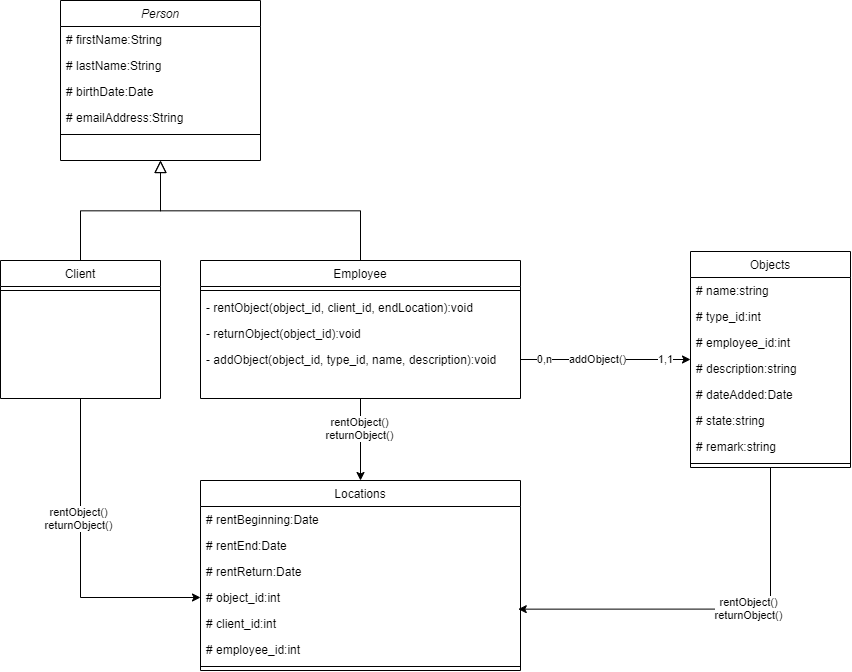
Above: fichiersModifiables/Diagrammes/LocationMat_Class.png in AhVen98/gestionStocks_preTPI (draw.io), before the change. Source tidied: cells renumbered, new cells last; positions are measured from the earlier drawing's top-left corner, leaving out a move shared by most shapes.
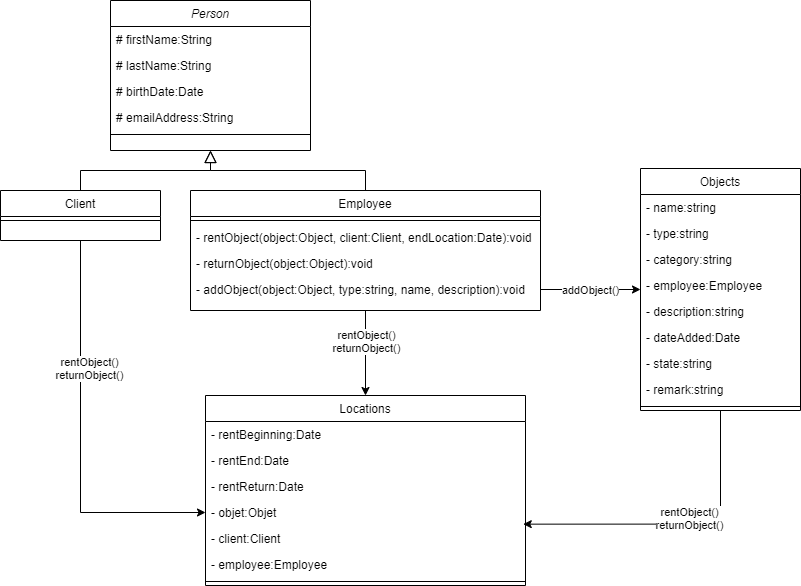
Later version of the same file.

The edit, as a diff of the source:
```diff
@@ -3,7 +3,7 @@
     <mxCell id="0" />
     <mxCell id="1" parent="0" />
     <mxCell id="2" value="Person" style="swimlane;fontStyle=2;align=center;verticalAlign=top;horizontal=1;startSize=26;rounded=0;shadow=0;strokeWidth=1;" parent="1" vertex="1">
-      <mxGeometry x="60" width="200" height="160" as="geometry" />
+      <mxGeometry x="110" y="70" width="200" height="150" as="geometry" />
     </mxCell>
     <mxCell id="3" value="# firstName:String" style="text;align=left;verticalAlign=top;spacingLeft=4;spacingRight=4;overflow=hidden;" parent="2" vertex="1">
       <mxGeometry y="26" width="200" height="26" as="geometry" />
@@ -24,7 +24,7 @@
       <mxGeometry relative="1" as="geometry" />
     </mxCell>
     <mxCell id="9" value="Client" style="swimlane;fontStyle=0;align=center;verticalAlign=top;horizontal=1;startSize=26;rounded=0;shadow=0;strokeWidth=1;" parent="1" vertex="1">
-      <mxGeometry y="260" width="160" height="138" as="geometry" />
+      <mxGeometry y="260" width="160" height="50" as="geometry" />
     </mxCell>
     <mxCell id="10" style="line;html=1;strokeWidth=1;align=left;verticalAlign=middle;spacingTop=-1;spacingLeft=3;spacingRight=3;labelPosition=right;" parent="9" vertex="1">
       <mxGeometry y="26" width="160" height="8" as="geometry" />
@@ -33,25 +33,31 @@
       <mxGeometry relative="1" as="geometry" />
     </mxCell>
     <mxCell id="12" style="edgeStyle=orthogonalEdgeStyle;rounded=0;jettySize=auto;html=1;exitX=0.5;exitY=1;exitDx=0;exitDy=0;entryX=0.5;entryY=0;entryDx=0;entryDy=0;" parent="1" edge="1" source="14" target="34">
-      <mxGeometry relative="1" as="geometry" />
+      <mxGeometry relative="1" as="geometry">
+        <Array as="points">
+          <mxPoint x="365" y="460" />
+        </Array>
+      </mxGeometry>
     </mxCell>
     <mxCell id="13" value="rentObject()&lt;br&gt;returnObject()" style="edgeLabel;html=1;align=center;verticalAlign=middle;" parent="12" vertex="1">
-      <mxGeometry x="-0.29" y="-1" relative="1" as="geometry" />
+      <mxGeometry x="-0.29" y="-1" relative="1" as="geometry">
+        <mxPoint x="1" as="offset" />
+      </mxGeometry>
     </mxCell>
     <mxCell id="14" value="Employee" style="swimlane;fontStyle=0;align=center;verticalAlign=top;horizontal=1;startSize=26;rounded=0;shadow=0;strokeWidth=1;" parent="1" vertex="1">
-      <mxGeometry x="200" y="260" width="320" height="138" as="geometry" />
+      <mxGeometry x="190" y="260" width="350" height="120" as="geometry" />
     </mxCell>
     <mxCell id="15" style="line;html=1;strokeWidth=1;align=left;verticalAlign=middle;spacingTop=-1;spacingLeft=3;spacingRight=3;labelPosition=right;" parent="14" vertex="1">
-      <mxGeometry y="26" width="320" height="8" as="geometry" />
+      <mxGeometry y="26" width="350" height="8" as="geometry" />
     </mxCell>
-    <mxCell id="16" value="- rentObject(object_id, client_id, endLocation):void" style="text;align=left;verticalAlign=top;spacingLeft=4;spacingRight=4;overflow=hidden;" parent="14" vertex="1">
-      <mxGeometry y="34" width="320" height="26" as="geometry" />
+    <mxCell id="16" value="- rentObject(object:Object, client:Client, endLocation:Date):void" style="text;align=left;verticalAlign=top;spacingLeft=4;spacingRight=4;overflow=hidden;" parent="14" vertex="1">
+      <mxGeometry y="34" width="350" height="26" as="geometry" />
     </mxCell>
-    <mxCell id="17" value="- returnObject(object_id):void" style="text;align=left;verticalAlign=top;spacingLeft=4;spacingRight=4;overflow=hidden;" parent="14" vertex="1">
-      <mxGeometry y="60" width="320" height="26" as="geometry" />
+    <mxCell id="17" value="- returnObject(object:Object):void" style="text;align=left;verticalAlign=top;spacingLeft=4;spacingRight=4;overflow=hidden;" parent="14" vertex="1">
+      <mxGeometry y="60" width="350" height="26" as="geometry" />
     </mxCell>
-    <mxCell id="18" value="- addObject(object_id, type_id, name, description):void" style="text;align=left;verticalAlign=top;spacingLeft=4;spacingRight=4;overflow=hidden;points=[[0,0.5],[1,0.5]];portConstraint=eastwest;" parent="14" vertex="1">
-      <mxGeometry y="86" width="320" height="26" as="geometry" />
+    <mxCell id="18" value="- addObject(object:Object, type:string, name, description):void" style="text;align=left;verticalAlign=top;spacingLeft=4;spacingRight=4;overflow=hidden;points=[[0,0.5],[1,0.5]];portConstraint=eastwest;" parent="14" vertex="1">
+      <mxGeometry y="86" width="350" height="26" as="geometry" />
     </mxCell>
     <mxCell id="19" style="endArrow=block;endSize=10;endFill=0;shadow=0;strokeWidth=1;rounded=0;edgeStyle=elbowEdgeStyle;elbow=vertical;" parent="1" edge="1" source="14" target="2">
       <mxGeometry relative="1" as="geometry" />
@@ -60,31 +66,34 @@
       <mxGeometry relative="1" as="geometry" />
     </mxCell>
     <mxCell id="21" value="Objects" style="swimlane;fontStyle=0;align=center;verticalAlign=top;horizontal=1;startSize=26;rounded=0;shadow=0;strokeWidth=1;" parent="1" vertex="1">
-      <mxGeometry x="690" y="251" width="160" height="216" as="geometry" />
+      <mxGeometry x="640" y="238" width="160" height="242" as="geometry" />
     </mxCell>
-    <mxCell id="22" value="# name:string" style="text;align=left;verticalAlign=top;spacingLeft=4;spacingRight=4;overflow=hidden;" parent="21" vertex="1">
+    <mxCell id="22" value="- name:string" style="text;align=left;verticalAlign=top;spacingLeft=4;spacingRight=4;overflow=hidden;" parent="21" vertex="1">
       <mxGeometry y="26" width="160" height="26" as="geometry" />
     </mxCell>
-    <mxCell id="23" value="# type_id:int" style="text;align=left;verticalAlign=top;spacingLeft=4;spacingRight=4;overflow=hidden;rounded=0;shadow=0;html=0;" parent="21" vertex="1">
+    <mxCell id="23" value="- type:string" style="text;align=left;verticalAlign=top;spacingLeft=4;spacingRight=4;overflow=hidden;rounded=0;shadow=0;html=0;" parent="21" vertex="1">
       <mxGeometry y="52" width="160" height="26" as="geometry" />
     </mxCell>
+    <mxCell id="44" value="- category:string" style="text;align=left;verticalAlign=top;spacingLeft=4;spacingRight=4;overflow=hidden;rounded=0;shadow=0;html=0;" parent="21" vertex="1">
+      <mxGeometry y="78" width="160" height="26" as="geometry" />
+    </mxCell>
-    <mxCell id="24" value="# employee_id:int&#10;" style="text;align=left;verticalAlign=top;spacingLeft=4;spacingRight=4;overflow=hidden;rounded=0;shadow=0;html=0;" parent="21" vertex="1">
-      <mxGeometry y="78" width="160" height="26" as="geometry" />
+    <mxCell id="24" value="- employee:Employee" style="text;align=left;verticalAlign=top;spacingLeft=4;spacingRight=4;overflow=hidden;rounded=0;shadow=0;html=0;" parent="21" vertex="1">
+      <mxGeometry y="104" width="160" height="26" as="geometry" />
     </mxCell>
-    <mxCell id="25" value="# description:string" style="text;align=left;verticalAlign=top;spacingLeft=4;spacingRight=4;overflow=hidden;rounded=0;shadow=0;html=0;" parent="21" vertex="1">
-      <mxGeometry y="104" width="160" height="26" as="geometry" />
+    <mxCell id="25" value="- description:string" style="text;align=left;verticalAlign=top;spacingLeft=4;spacingRight=4;overflow=hidden;rounded=0;shadow=0;html=0;" parent="21" vertex="1">
+      <mxGeometry y="130" width="160" height="26" as="geometry" />
     </mxCell>
-    <mxCell id="26" value="# dateAdded:Date" style="text;align=left;verticalAlign=top;spacingLeft=4;spacingRight=4;overflow=hidden;rounded=0;shadow=0;html=0;" parent="21" vertex="1">
-      <mxGeometry y="130" width="160" height="26" as="geometry" />
+    <mxCell id="26" value="- dateAdded:Date" style="text;align=left;verticalAlign=top;spacingLeft=4;spacingRight=4;overflow=hidden;rounded=0;shadow=0;html=0;" parent="21" vertex="1">
+      <mxGeometry y="156" width="160" height="26" as="geometry" />
     </mxCell>
-    <mxCell id="27" value="# state:string" style="text;align=left;verticalAlign=top;spacingLeft=4;spacingRight=4;overflow=hidden;rounded=0;shadow=0;html=0;" parent="21" vertex="1">
-      <mxGeometry y="156" width="160" height="26" as="geometry" />
+    <mxCell id="27" value="- state:string" style="text;align=left;verticalAlign=top;spacingLeft=4;spacingRight=4;overflow=hidden;rounded=0;shadow=0;html=0;" parent="21" vertex="1">
+      <mxGeometry y="182" width="160" height="26" as="geometry" />
     </mxCell>
-    <mxCell id="28" value="# remark:string" style="text;align=left;verticalAlign=top;spacingLeft=4;spacingRight=4;overflow=hidden;rounded=0;shadow=0;html=0;" parent="21" vertex="1">
-      <mxGeometry y="182" width="160" height="26" as="geometry" />
+    <mxCell id="28" value="- remark:string" style="text;align=left;verticalAlign=top;spacingLeft=4;spacingRight=4;overflow=hidden;rounded=0;shadow=0;html=0;" parent="21" vertex="1">
+      <mxGeometry y="208" width="160" height="26" as="geometry" />
     </mxCell>
     <mxCell id="29" style="line;html=1;strokeWidth=1;align=left;verticalAlign=middle;spacingTop=-1;spacingLeft=3;spacingRight=3;labelPosition=right;" parent="21" vertex="1">
-      <mxGeometry y="208" width="160" height="8" as="geometry" />
+      <mxGeometry y="234" width="160" height="8" as="geometry" />
     </mxCell>
     <mxCell id="30" style="edgeStyle=orthogonalEdgeStyle;rounded=0;jettySize=auto;html=1;exitX=1;exitY=0.5;exitDx=0;exitDy=0;" parent="1" edge="1" source="18" target="21">
       <mxGeometry relative="1" as="geometry" />
@@ -94,43 +103,37 @@
         <mxPoint x="10.3" y="1" as="offset" />
       </mxGeometry>
     </mxCell>
-    <mxCell id="32" value="0,n" style="edgeLabel;html=1;align=center;verticalAlign=middle;" parent="30" vertex="1">
-      <mxGeometry x="-0.73" relative="1" as="geometry" />
-    </mxCell>
-    <mxCell id="33" value="1,1" style="edgeLabel;html=1;align=center;verticalAlign=middle;" parent="30" vertex="1">
-      <mxGeometry x="0.69" relative="1" as="geometry" />
-    </mxCell>
     <mxCell id="34" value="Locations" style="swimlane;fontStyle=0;align=center;verticalAlign=top;horizontal=1;startSize=26;rounded=0;shadow=0;strokeWidth=1;" parent="1" vertex="1">
-      <mxGeometry x="200" y="480" width="320" height="190" as="geometry" />
+      <mxGeometry x="205" y="465" width="320" height="190" as="geometry" />
     </mxCell>
-    <mxCell id="35" value="# rentBeginning:Date" style="text;align=left;verticalAlign=top;spacingLeft=4;spacingRight=4;overflow=hidden;rounded=0;shadow=0;html=0;" parent="34" vertex="1">
+    <mxCell id="35" value="- rentBeginning:Date" style="text;align=left;verticalAlign=top;spacingLeft=4;spacingRight=4;overflow=hidden;rounded=0;shadow=0;html=0;" parent="34" vertex="1">
       <mxGeometry y="26" width="320" height="26" as="geometry" />
     </mxCell>
-    <mxCell id="36" value="# rentEnd:Date" style="text;align=left;verticalAlign=top;spacingLeft=4;spacingRight=4;overflow=hidden;rounded=0;shadow=0;html=0;" parent="34" vertex="1">
+    <mxCell id="36" value="- rentEnd:Date" style="text;align=left;verticalAlign=top;spacingLeft=4;spacingRight=4;overflow=hidden;rounded=0;shadow=0;html=0;" parent="34" vertex="1">
       <mxGeometry y="52" width="320" height="26" as="geometry" />
     </mxCell>
-    <mxCell id="37" value="# rentReturn:Date" style="text;align=left;verticalAlign=top;spacingLeft=4;spacingRight=4;overflow=hidden;rounded=0;shadow=0;html=0;" parent="34" vertex="1">
+    <mxCell id="37" value="- rentReturn:Date" style="text;align=left;verticalAlign=top;spacingLeft=4;spacingRight=4;overflow=hidden;rounded=0;shadow=0;html=0;" parent="34" vertex="1">
       <mxGeometry y="78" width="320" height="26" as="geometry" />
     </mxCell>
-    <mxCell id="38" value="# object_id:int" style="text;align=left;verticalAlign=top;spacingLeft=4;spacingRight=4;overflow=hidden;points=[[0,0.5],[1,0.5]];portConstraint=eastwest;rounded=0;shadow=0;html=0;" parent="34" vertex="1">
+    <mxCell id="38" value="- objet:Objet" style="text;align=left;verticalAlign=top;spacingLeft=4;spacingRight=4;overflow=hidden;points=[[0,0.5],[1,0.5]];portConstraint=eastwest;rounded=0;shadow=0;html=0;" parent="34" vertex="1">
       <mxGeometry y="104" width="320" height="26" as="geometry" />
     </mxCell>
-    <mxCell id="39" value="# client_id:int" style="text;align=left;verticalAlign=top;spacingLeft=4;spacingRight=4;overflow=hidden;points=[[0,0.5],[1,0.5]];portConstraint=eastwest;rounded=0;shadow=0;html=0;" parent="34" vertex="1">
+    <mxCell id="39" value="- client:Client" style="text;align=left;verticalAlign=top;spacingLeft=4;spacingRight=4;overflow=hidden;points=[[0,0.5],[1,0.5]];portConstraint=eastwest;rounded=0;shadow=0;html=0;" parent="34" vertex="1">
       <mxGeometry y="130" width="320" height="26" as="geometry" />
     </mxCell>
-    <mxCell id="40" value="# employee_id:int" style="text;align=left;verticalAlign=top;spacingLeft=4;spacingRight=4;overflow=hidden;rounded=0;shadow=0;html=0;" parent="34" vertex="1">
+    <mxCell id="40" value="- employee:Employee" style="text;align=left;verticalAlign=top;spacingLeft=4;spacingRight=4;overflow=hidden;rounded=0;shadow=0;html=0;" parent="34" vertex="1">
       <mxGeometry y="156" width="320" height="26" as="geometry" />
     </mxCell>
     <mxCell id="41" style="line;html=1;strokeWidth=1;align=left;verticalAlign=middle;spacingTop=-1;spacingLeft=3;spacingRight=3;labelPosition=right;" parent="34" vertex="1">
       <mxGeometry y="182" width="320" height="8" as="geometry" />
     </mxCell>
     <mxCell id="42" value="rentObject()&lt;br&gt;returnObject()" style="edgeLabel;html=1;align=center;verticalAlign=middle;" parent="1" vertex="1">
-      <mxGeometry x="80" y="490" as="geometry">
+      <mxGeometry x="90" y="410" as="geometry">
         <mxPoint x="-2" y="28" as="offset" />
       </mxGeometry>
     </mxCell>
     <mxCell id="43" value="rentObject()&lt;br&gt;returnObject()" style="edgeLabel;html=1;align=center;verticalAlign=middle;" parent="1" vertex="1">
-      <mxGeometry x="750" y="580" as="geometry">
+      <mxGeometry x="690" y="560" as="geometry">
         <mxPoint x="-2" y="28" as="offset" />
       </mxGeometry>
     </mxCell>
```
